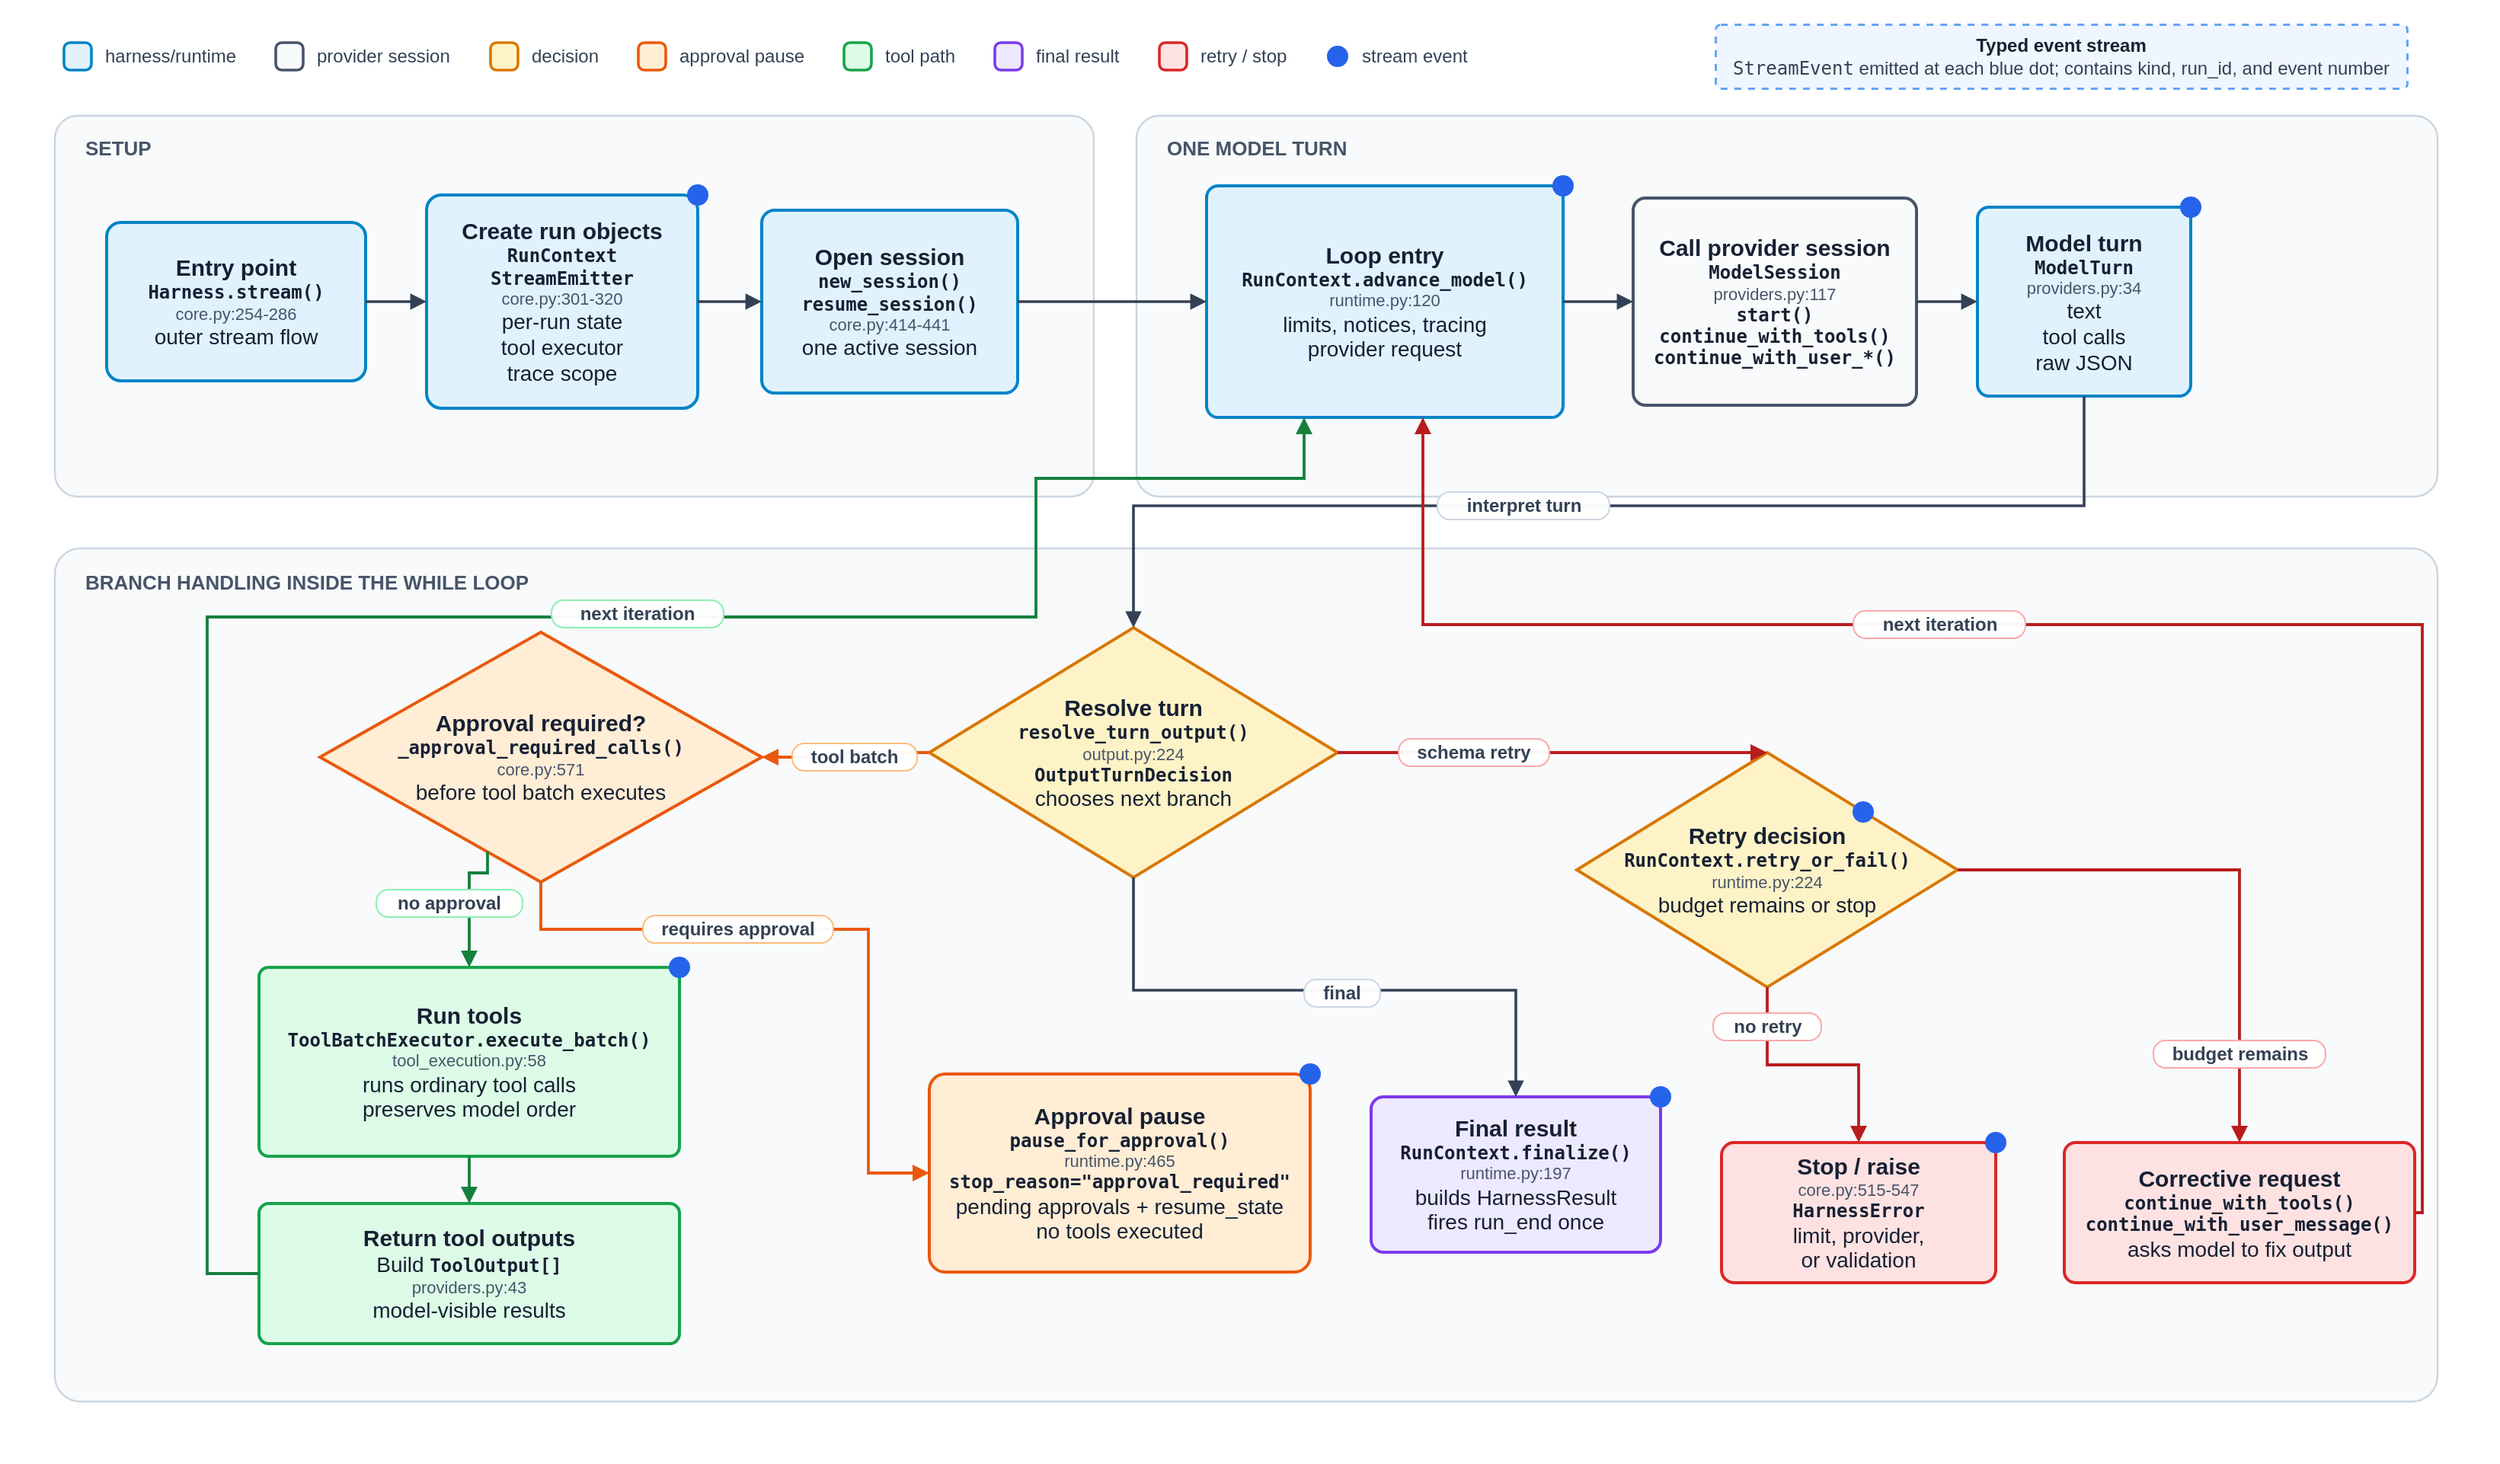
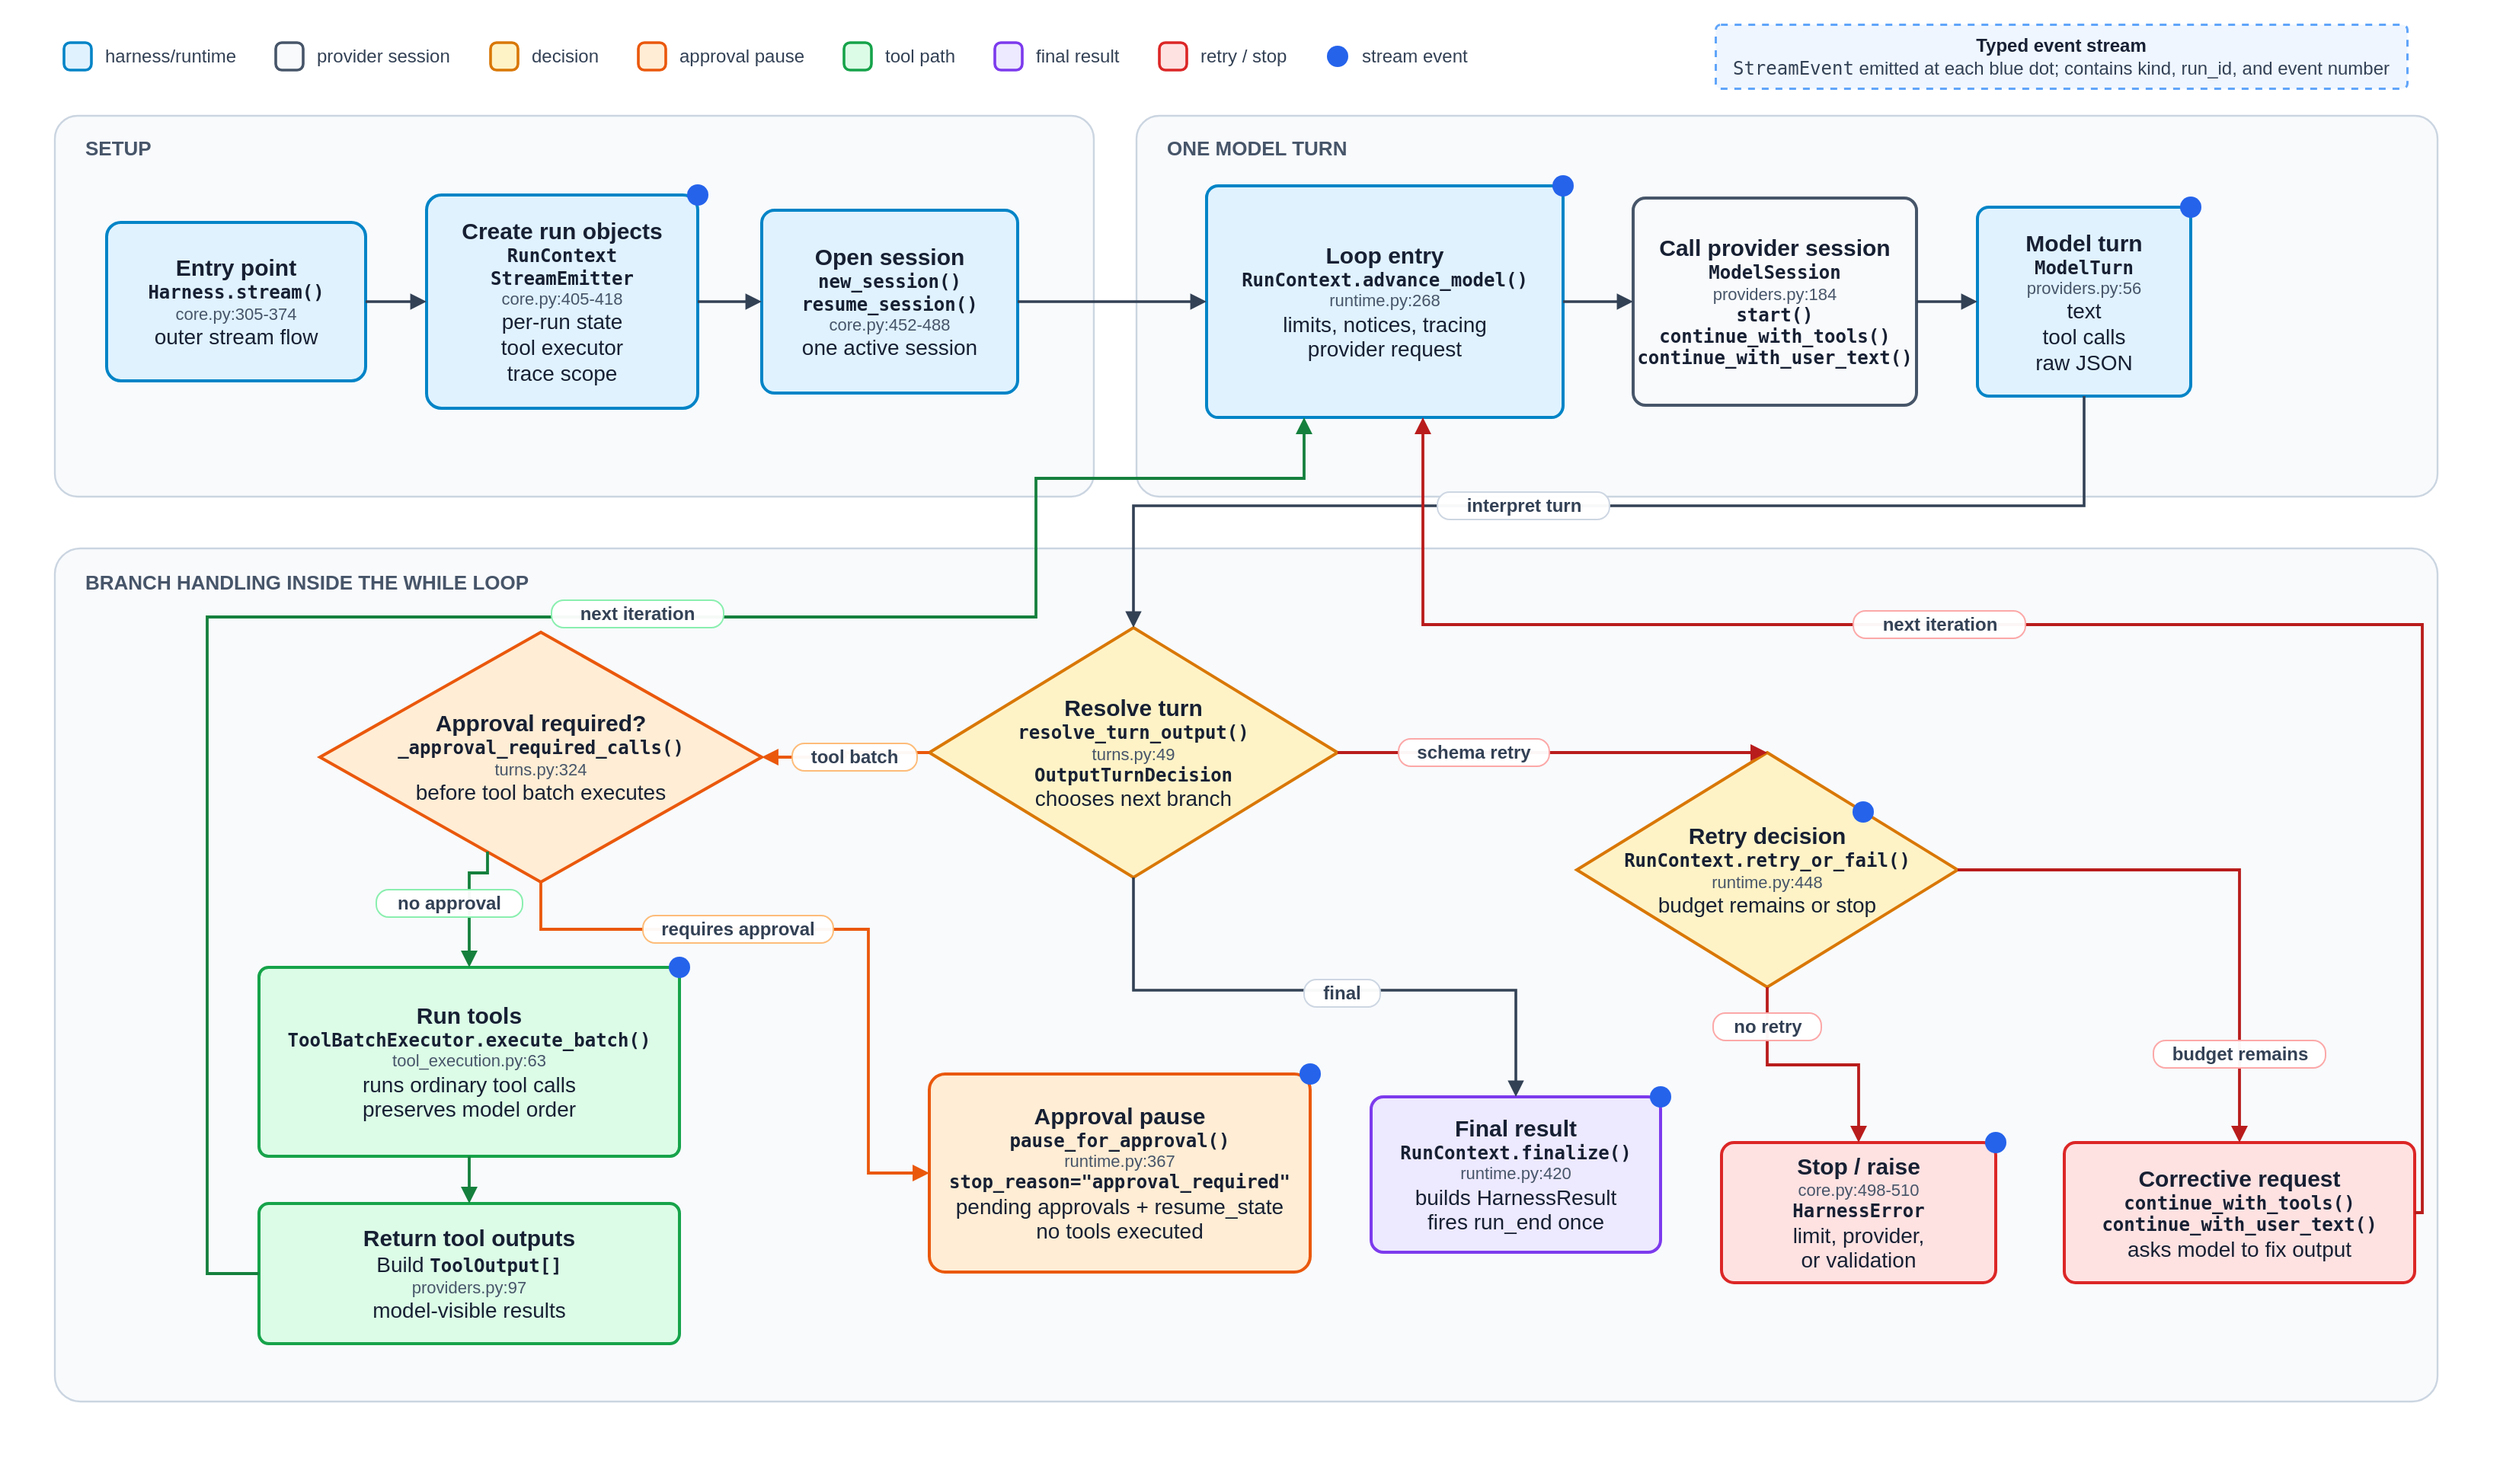
<mxfile host="Electron" agent="Codex">
  <diagram id="thinharness-run-loop" name="ThinHarness run loop">
    <mxGraphModel dx="1768" dy="1014" grid="0" gridSize="10" guides="1" tooltips="1" connect="1" arrows="1" fold="1" page="1" pageScale="1" pageWidth="1640" pageHeight="960" math="0" shadow="0">
      <root>
        <mxCell id="0" />
        <mxCell id="1" parent="0" />
        <mxCell id="background" parent="1" style="rounded=0;whiteSpace=wrap;html=1;fillColor=#ffffff;strokeColor=none;" value="" vertex="1">
          <mxGeometry height="960" width="1640" as="geometry" />
        </mxCell>
        <mxCell id="legend-runtime" parent="1" style="rounded=1;whiteSpace=wrap;html=1;arcSize=22;fillColor=#e0f2fe;strokeColor=#0284c7;strokeWidth=1.8;" value="" vertex="1">
          <mxGeometry height="18" width="18" x="42" y="28" as="geometry" />
        </mxCell>
        <mxCell id="legend-runtime-label" parent="1" style="text;html=1;strokeColor=none;fillColor=none;align=left;verticalAlign=middle;whiteSpace=wrap;rounded=0;fontFamily=Helvetica;fontSize=12;fontColor=#334155;spacing=0;" value="harness/runtime" vertex="1">
          <mxGeometry height="18" width="88" x="69" y="28" as="geometry" />
        </mxCell>
        <mxCell id="legend-provider" parent="1" style="rounded=1;whiteSpace=wrap;html=1;arcSize=22;fillColor=#f8fafc;strokeColor=#475569;strokeWidth=1.8;" value="" vertex="1">
          <mxGeometry height="18" width="18" x="181" y="28" as="geometry" />
        </mxCell>
        <mxCell id="legend-provider-label" parent="1" style="text;html=1;strokeColor=none;fillColor=none;align=left;verticalAlign=middle;whiteSpace=wrap;rounded=0;fontFamily=Helvetica;fontSize=12;fontColor=#334155;spacing=0;" value="provider session" vertex="1">
          <mxGeometry height="18" width="90" x="208" y="28" as="geometry" />
        </mxCell>
        <mxCell id="legend-decision" parent="1" style="rounded=1;whiteSpace=wrap;html=1;arcSize=22;fillColor=#fef3c7;strokeColor=#d97706;strokeWidth=1.8;" value="" vertex="1">
          <mxGeometry height="18" width="18" x="322" y="28" as="geometry" />
        </mxCell>
        <mxCell id="legend-decision-label" parent="1" style="text;html=1;strokeColor=none;fillColor=none;align=left;verticalAlign=middle;whiteSpace=wrap;rounded=0;fontFamily=Helvetica;fontSize=12;fontColor=#334155;spacing=0;" value="decision" vertex="1">
          <mxGeometry height="18" width="46" x="349" y="28" as="geometry" />
        </mxCell>
        <mxCell id="legend-approval" parent="1" style="rounded=1;whiteSpace=wrap;html=1;arcSize=22;fillColor=#ffedd5;strokeColor=#ea580c;strokeWidth=1.8;" value="" vertex="1">
          <mxGeometry height="18" width="18" x="419" y="28" as="geometry" />
        </mxCell>
        <mxCell id="legend-approval-label" parent="1" style="text;html=1;strokeColor=none;fillColor=none;align=left;verticalAlign=middle;whiteSpace=wrap;rounded=0;fontFamily=Helvetica;fontSize=12;fontColor=#334155;spacing=0;" value="approval pause" vertex="1">
          <mxGeometry height="18" width="84" x="446" y="28" as="geometry" />
        </mxCell>
        <mxCell id="legend-tool" parent="1" style="rounded=1;whiteSpace=wrap;html=1;arcSize=22;fillColor=#dcfce7;strokeColor=#16a34a;strokeWidth=1.8;" value="" vertex="1">
          <mxGeometry height="18" width="18" x="554" y="28" as="geometry" />
        </mxCell>
        <mxCell id="legend-tool-label" parent="1" style="text;html=1;strokeColor=none;fillColor=none;align=left;verticalAlign=middle;whiteSpace=wrap;rounded=0;fontFamily=Helvetica;fontSize=12;fontColor=#334155;spacing=0;" value="tool path" vertex="1">
          <mxGeometry height="18" width="48" x="581" y="28" as="geometry" />
        </mxCell>
        <mxCell id="legend-done" parent="1" style="rounded=1;whiteSpace=wrap;html=1;arcSize=22;fillColor=#ede9fe;strokeColor=#7c3aed;strokeWidth=1.8;" value="" vertex="1">
          <mxGeometry height="18" width="18" x="653" y="28" as="geometry" />
        </mxCell>
        <mxCell id="legend-done-label" parent="1" style="text;html=1;strokeColor=none;fillColor=none;align=left;verticalAlign=middle;whiteSpace=wrap;rounded=0;fontFamily=Helvetica;fontSize=12;fontColor=#334155;spacing=0;" value="final result" vertex="1">
          <mxGeometry height="18" width="57" x="680" y="28" as="geometry" />
        </mxCell>
        <mxCell id="legend-stop" parent="1" style="rounded=1;whiteSpace=wrap;html=1;arcSize=22;fillColor=#fee2e2;strokeColor=#dc2626;strokeWidth=1.8;" value="" vertex="1">
          <mxGeometry height="18" width="18" x="761" y="28" as="geometry" />
        </mxCell>
        <mxCell id="legend-stop-label" parent="1" style="text;html=1;strokeColor=none;fillColor=none;align=left;verticalAlign=middle;whiteSpace=wrap;rounded=0;fontFamily=Helvetica;fontSize=12;fontColor=#334155;spacing=0;" value="retry / stop" vertex="1">
          <mxGeometry height="18" width="59" x="788" y="28" as="geometry" />
        </mxCell>
        <mxCell id="legend-stream-event" parent="1" style="ellipse;whiteSpace=wrap;html=1;aspect=fixed;fillColor=#2563eb;strokeColor=none;" value="" vertex="1">
          <mxGeometry height="14" width="14" x="871" y="30" as="geometry" />
        </mxCell>
        <mxCell id="legend-stream-event-label" parent="1" style="text;html=1;strokeColor=none;fillColor=none;align=left;verticalAlign=middle;whiteSpace=wrap;rounded=0;fontFamily=Helvetica;fontSize=12;fontColor=#334155;spacing=0;" value="stream event" vertex="1">
          <mxGeometry height="18" width="72" x="894" y="28" as="geometry" />
        </mxCell>
        <mxCell id="stream-callout" parent="1" style="rounded=1;whiteSpace=wrap;html=1;arcSize=8;fillColor=#eff6ff;strokeColor=#60a5fa;strokeWidth=1.5;dashed=1;fontFamily=Helvetica;fontSize=12;fontColor=#334155;align=center;verticalAlign=middle;spacing=0;" value="&lt;div style=&quot;font-weight:700;color:#172033&quot;&gt;Typed event stream&lt;/div&gt;&lt;div&gt;&lt;span style=&quot;font-family:Menlo,Monaco,Consolas,monospace&quot;&gt;StreamEvent&lt;/span&gt; emitted at each blue dot; contains kind, run_id, and event number&lt;/div&gt;" vertex="1">
          <mxGeometry height="42" width="454" x="1126" y="16" as="geometry" />
        </mxCell>
        <mxCell id="lane-setup" parent="1" style="rounded=1;whiteSpace=wrap;html=1;arcSize=6;fillColor=#f8fafc;strokeColor=#cbd5e1;strokeWidth=1.2;" value="" vertex="1">
          <mxGeometry height="250" width="682" x="36" y="76" as="geometry" />
        </mxCell>
        <mxCell id="lane-setup-title" parent="1" style="text;html=1;strokeColor=none;fillColor=none;align=left;verticalAlign=top;whiteSpace=wrap;rounded=0;fontFamily=Helvetica;fontSize=13;fontStyle=1;fontColor=#475569;spacing=0;" value="SETUP" vertex="1">
          <mxGeometry height="20" width="80" x="56" y="85" as="geometry" />
        </mxCell>
        <mxCell id="lane-turn" parent="1" style="rounded=1;whiteSpace=wrap;html=1;arcSize=6;fillColor=#f8fafc;strokeColor=#cbd5e1;strokeWidth=1.2;" value="" vertex="1">
          <mxGeometry height="250" width="854" x="746" y="76" as="geometry" />
        </mxCell>
        <mxCell id="lane-turn-title" parent="1" style="text;html=1;strokeColor=none;fillColor=none;align=left;verticalAlign=top;whiteSpace=wrap;rounded=0;fontFamily=Helvetica;fontSize=13;fontStyle=1;fontColor=#475569;spacing=0;" value="ONE MODEL TURN" vertex="1">
          <mxGeometry height="20" width="140" x="766" y="85" as="geometry" />
        </mxCell>
        <mxCell id="lane-branch" parent="1" style="rounded=1;whiteSpace=wrap;html=1;arcSize=3;fillColor=#f8fafc;strokeColor=#cbd5e1;strokeWidth=1.2;" value="" vertex="1">
          <mxGeometry height="560" width="1564" x="36" y="360" as="geometry" />
        </mxCell>
        <mxCell id="lane-branch-title" parent="1" style="text;html=1;strokeColor=none;fillColor=none;align=left;verticalAlign=top;whiteSpace=wrap;rounded=0;fontFamily=Helvetica;fontSize=13;fontStyle=1;fontColor=#475569;spacing=0;" value="BRANCH HANDLING INSIDE THE WHILE LOOP" vertex="1">
          <mxGeometry height="20" width="330" x="56" y="370" as="geometry" />
        </mxCell>
-         <mxCell id="run" parent="1" style="rounded=1;whiteSpace=wrap;html=1;arcSize=9;fillColor=#e0f2fe;strokeColor=#0284c7;strokeWidth=2;fontFamily=Helvetica;fontSize=14;fontColor=#172033;align=center;verticalAlign=middle;spacing=0;" value="&lt;div style=&quot;font-size:15px;font-weight:700&quot;&gt;Entry point&lt;/div&gt;&lt;div style=&quot;font-family:Menlo,Monaco,Consolas,monospace;font-size:12px;font-weight:650&quot;&gt;Harness.stream()&lt;/div&gt;&lt;div style=&quot;color:#475569;font-size:11px&quot;&gt;core.py:254-286&lt;/div&gt;&lt;div&gt;outer stream flow&lt;/div&gt;" vertex="1">
+         <mxCell id="run" parent="1" style="rounded=1;whiteSpace=wrap;html=1;arcSize=9;fillColor=#e0f2fe;strokeColor=#0284c7;strokeWidth=2;fontFamily=Helvetica;fontSize=14;fontColor=#172033;align=center;verticalAlign=middle;spacing=0;" value="&lt;div style=&quot;font-size:15px;font-weight:700&quot;&gt;Entry point&lt;/div&gt;&lt;div style=&quot;font-family:Menlo,Monaco,Consolas,monospace;font-size:12px;font-weight:650&quot;&gt;Harness.stream()&lt;/div&gt;&lt;div style=&quot;color:#475569;font-size:11px&quot;&gt;core.py:305-374&lt;/div&gt;&lt;div&gt;outer stream flow&lt;/div&gt;" vertex="1">
          <mxGeometry height="104" width="170" x="70" y="146" as="geometry" />
        </mxCell>
-         <mxCell id="objects" parent="1" style="rounded=1;whiteSpace=wrap;html=1;arcSize=7;fillColor=#e0f2fe;strokeColor=#0284c7;strokeWidth=2;fontFamily=Helvetica;fontSize=14;fontColor=#172033;align=center;verticalAlign=middle;spacing=0;" value="&lt;div style=&quot;font-size:15px;font-weight:700&quot;&gt;Create run objects&lt;/div&gt;&lt;div style=&quot;font-family:Menlo,Monaco,Consolas,monospace;font-size:12px;font-weight:650&quot;&gt;RunContext&lt;/div&gt;&lt;div style=&quot;font-family:Menlo,Monaco,Consolas,monospace;font-size:12px;font-weight:650&quot;&gt;StreamEmitter&lt;/div&gt;&lt;div style=&quot;color:#475569;font-size:11px&quot;&gt;core.py:301-320&lt;/div&gt;&lt;div&gt;per-run state&lt;/div&gt;&lt;div&gt;tool executor&lt;/div&gt;&lt;div&gt;trace scope&lt;/div&gt;" vertex="1">
+         <mxCell id="objects" parent="1" style="rounded=1;whiteSpace=wrap;html=1;arcSize=7;fillColor=#e0f2fe;strokeColor=#0284c7;strokeWidth=2;fontFamily=Helvetica;fontSize=14;fontColor=#172033;align=center;verticalAlign=middle;spacing=0;" value="&lt;div style=&quot;font-size:15px;font-weight:700&quot;&gt;Create run objects&lt;/div&gt;&lt;div style=&quot;font-family:Menlo,Monaco,Consolas,monospace;font-size:12px;font-weight:650&quot;&gt;RunContext&lt;/div&gt;&lt;div style=&quot;font-family:Menlo,Monaco,Consolas,monospace;font-size:12px;font-weight:650&quot;&gt;StreamEmitter&lt;/div&gt;&lt;div style=&quot;color:#475569;font-size:11px&quot;&gt;core.py:405-418&lt;/div&gt;&lt;div&gt;per-run state&lt;/div&gt;&lt;div&gt;tool executor&lt;/div&gt;&lt;div&gt;trace scope&lt;/div&gt;" vertex="1">
          <mxGeometry height="140" width="178" x="280" y="128" as="geometry" />
        </mxCell>
-         <mxCell id="active" parent="1" style="rounded=1;whiteSpace=wrap;html=1;arcSize=7;fillColor=#e0f2fe;strokeColor=#0284c7;strokeWidth=2;fontFamily=Helvetica;fontSize=14;fontColor=#172033;align=center;verticalAlign=middle;spacing=0;" value="&lt;div style=&quot;font-size:15px;font-weight:700&quot;&gt;Open session&lt;/div&gt;&lt;div style=&quot;font-family:Menlo,Monaco,Consolas,monospace;font-size:12px;font-weight:650&quot;&gt;new_session()&lt;/div&gt;&lt;div style=&quot;font-family:Menlo,Monaco,Consolas,monospace;font-size:12px;font-weight:650&quot;&gt;resume_session()&lt;/div&gt;&lt;div style=&quot;color:#475569;font-size:11px&quot;&gt;core.py:414-441&lt;/div&gt;&lt;div&gt;one active session&lt;/div&gt;" vertex="1">
+         <mxCell id="active" parent="1" style="rounded=1;whiteSpace=wrap;html=1;arcSize=7;fillColor=#e0f2fe;strokeColor=#0284c7;strokeWidth=2;fontFamily=Helvetica;fontSize=14;fontColor=#172033;align=center;verticalAlign=middle;spacing=0;" value="&lt;div style=&quot;font-size:15px;font-weight:700&quot;&gt;Open session&lt;/div&gt;&lt;div style=&quot;font-family:Menlo,Monaco,Consolas,monospace;font-size:12px;font-weight:650&quot;&gt;new_session()&lt;/div&gt;&lt;div style=&quot;font-family:Menlo,Monaco,Consolas,monospace;font-size:12px;font-weight:650&quot;&gt;resume_session()&lt;/div&gt;&lt;div style=&quot;color:#475569;font-size:11px&quot;&gt;core.py:452-488&lt;/div&gt;&lt;div&gt;one active session&lt;/div&gt;" vertex="1">
          <mxGeometry height="120" width="168" x="500" y="138" as="geometry" />
        </mxCell>
-         <mxCell id="advance" parent="1" style="rounded=1;whiteSpace=wrap;html=1;arcSize=5;fillColor=#e0f2fe;strokeColor=#0284c7;strokeWidth=2;fontFamily=Helvetica;fontSize=14;fontColor=#172033;align=center;verticalAlign=middle;spacing=0;" value="&lt;div style=&quot;font-size:15px;font-weight:700&quot;&gt;Loop entry&lt;/div&gt;&lt;div style=&quot;font-family:Menlo,Monaco,Consolas,monospace;font-size:12px;font-weight:650&quot;&gt;RunContext.advance_model()&lt;/div&gt;&lt;div style=&quot;color:#475569;font-size:11px&quot;&gt;runtime.py:120&lt;/div&gt;&lt;div&gt;limits, notices, tracing&lt;/div&gt;&lt;div&gt;provider request&lt;/div&gt;" vertex="1">
+         <mxCell id="advance" parent="1" style="rounded=1;whiteSpace=wrap;html=1;arcSize=5;fillColor=#e0f2fe;strokeColor=#0284c7;strokeWidth=2;fontFamily=Helvetica;fontSize=14;fontColor=#172033;align=center;verticalAlign=middle;spacing=0;" value="&lt;div style=&quot;font-size:15px;font-weight:700&quot;&gt;Loop entry&lt;/div&gt;&lt;div style=&quot;font-family:Menlo,Monaco,Consolas,monospace;font-size:12px;font-weight:650&quot;&gt;RunContext.advance_model()&lt;/div&gt;&lt;div style=&quot;color:#475569;font-size:11px&quot;&gt;runtime.py:268&lt;/div&gt;&lt;div&gt;limits, notices, tracing&lt;/div&gt;&lt;div&gt;provider request&lt;/div&gt;" vertex="1">
          <mxGeometry height="152" width="234" x="792" y="122" as="geometry" />
        </mxCell>
-         <mxCell id="session" parent="1" style="rounded=1;whiteSpace=wrap;html=1;arcSize=6;fillColor=#f8fafc;strokeColor=#475569;strokeWidth=2;fontFamily=Helvetica;fontSize=14;fontColor=#172033;align=center;verticalAlign=middle;spacing=0;" value="&lt;div style=&quot;font-size:15px;font-weight:700&quot;&gt;Call provider session&lt;/div&gt;&lt;div style=&quot;font-family:Menlo,Monaco,Consolas,monospace;font-size:12px;font-weight:650&quot;&gt;ModelSession&lt;/div&gt;&lt;div style=&quot;color:#475569;font-size:11px&quot;&gt;providers.py:117&lt;/div&gt;&lt;div style=&quot;font-family:Menlo,Monaco,Consolas,monospace;font-size:12px;font-weight:650&quot;&gt;start()&lt;/div&gt;&lt;div style=&quot;font-family:Menlo,Monaco,Consolas,monospace;font-size:12px;font-weight:650&quot;&gt;continue_with_tools()&lt;/div&gt;&lt;div style=&quot;font-family:Menlo,Monaco,Consolas,monospace;font-size:12px;font-weight:650&quot;&gt;continue_with_user_*()&lt;/div&gt;" vertex="1">
+         <mxCell id="session" parent="1" style="rounded=1;whiteSpace=wrap;html=1;arcSize=6;fillColor=#f8fafc;strokeColor=#475569;strokeWidth=2;fontFamily=Helvetica;fontSize=14;fontColor=#172033;align=center;verticalAlign=middle;spacing=0;" value="&lt;div style=&quot;font-size:15px;font-weight:700&quot;&gt;Call provider session&lt;/div&gt;&lt;div style=&quot;font-family:Menlo,Monaco,Consolas,monospace;font-size:12px;font-weight:650&quot;&gt;ModelSession&lt;/div&gt;&lt;div style=&quot;color:#475569;font-size:11px&quot;&gt;providers.py:184&lt;/div&gt;&lt;div style=&quot;font-family:Menlo,Monaco,Consolas,monospace;font-size:12px;font-weight:650&quot;&gt;start()&lt;/div&gt;&lt;div style=&quot;font-family:Menlo,Monaco,Consolas,monospace;font-size:12px;font-weight:650&quot;&gt;continue_with_tools()&lt;/div&gt;&lt;div style=&quot;font-family:Menlo,Monaco,Consolas,monospace;font-size:12px;font-weight:650&quot;&gt;continue_with_user_text()&lt;/div&gt;" vertex="1">
          <mxGeometry height="136" width="186" x="1072" y="130" as="geometry" />
        </mxCell>
-         <mxCell id="turn" parent="1" style="rounded=1;whiteSpace=wrap;html=1;arcSize=6;fillColor=#e0f2fe;strokeColor=#0284c7;strokeWidth=2;fontFamily=Helvetica;fontSize=14;fontColor=#172033;align=center;verticalAlign=middle;spacing=0;" value="&lt;div style=&quot;font-size:15px;font-weight:700&quot;&gt;Model turn&lt;/div&gt;&lt;div style=&quot;font-family:Menlo,Monaco,Consolas,monospace;font-size:12px;font-weight:650&quot;&gt;ModelTurn&lt;/div&gt;&lt;div style=&quot;color:#475569;font-size:11px&quot;&gt;providers.py:34&lt;/div&gt;&lt;div&gt;text&lt;/div&gt;&lt;div&gt;tool calls&lt;/div&gt;&lt;div&gt;raw JSON&lt;/div&gt;" vertex="1">
+         <mxCell id="turn" parent="1" style="rounded=1;whiteSpace=wrap;html=1;arcSize=6;fillColor=#e0f2fe;strokeColor=#0284c7;strokeWidth=2;fontFamily=Helvetica;fontSize=14;fontColor=#172033;align=center;verticalAlign=middle;spacing=0;" value="&lt;div style=&quot;font-size:15px;font-weight:700&quot;&gt;Model turn&lt;/div&gt;&lt;div style=&quot;font-family:Menlo,Monaco,Consolas,monospace;font-size:12px;font-weight:650&quot;&gt;ModelTurn&lt;/div&gt;&lt;div style=&quot;color:#475569;font-size:11px&quot;&gt;providers.py:56&lt;/div&gt;&lt;div&gt;text&lt;/div&gt;&lt;div&gt;tool calls&lt;/div&gt;&lt;div&gt;raw JSON&lt;/div&gt;" vertex="1">
          <mxGeometry height="124" width="140" x="1298" y="136" as="geometry" />
        </mxCell>
-         <mxCell id="decide" parent="1" style="rhombus;whiteSpace=wrap;html=1;fillColor=#fef3c7;strokeColor=#d97706;strokeWidth=2;fontFamily=Helvetica;fontSize=14;fontColor=#172033;align=center;verticalAlign=middle;spacing=0;" value="&lt;div style=&quot;font-size:15px;font-weight:700&quot;&gt;Resolve turn&lt;/div&gt;&lt;div style=&quot;font-family:Menlo,Monaco,Consolas,monospace;font-size:12px;font-weight:650&quot;&gt;resolve_turn_output()&lt;/div&gt;&lt;div style=&quot;color:#475569;font-size:11px&quot;&gt;output.py:224&lt;/div&gt;&lt;div style=&quot;font-family:Menlo,Monaco,Consolas,monospace;font-size:12px;font-weight:650&quot;&gt;OutputTurnDecision&lt;/div&gt;&lt;div&gt;chooses next branch&lt;/div&gt;" vertex="1">
+         <mxCell id="decide" parent="1" style="rhombus;whiteSpace=wrap;html=1;fillColor=#fef3c7;strokeColor=#d97706;strokeWidth=2;fontFamily=Helvetica;fontSize=14;fontColor=#172033;align=center;verticalAlign=middle;spacing=0;" value="&lt;div style=&quot;font-size:15px;font-weight:700&quot;&gt;Resolve turn&lt;/div&gt;&lt;div style=&quot;font-family:Menlo,Monaco,Consolas,monospace;font-size:12px;font-weight:650&quot;&gt;resolve_turn_output()&lt;/div&gt;&lt;div style=&quot;color:#475569;font-size:11px&quot;&gt;turns.py:49&lt;/div&gt;&lt;div style=&quot;font-family:Menlo,Monaco,Consolas,monospace;font-size:12px;font-weight:650&quot;&gt;OutputTurnDecision&lt;/div&gt;&lt;div&gt;chooses next branch&lt;/div&gt;" vertex="1">
          <mxGeometry height="164" width="268" x="610" y="412" as="geometry" />
        </mxCell>
-         <mxCell id="approvalGate" parent="1" style="rhombus;whiteSpace=wrap;html=1;fillColor=#ffedd5;strokeColor=#ea580c;strokeWidth=2;fontFamily=Helvetica;fontSize=14;fontColor=#172033;align=center;verticalAlign=middle;spacing=0;" value="&lt;div style=&quot;font-size:15px;font-weight:700&quot;&gt;Approval required?&lt;/div&gt;&lt;div style=&quot;font-family:Menlo,Monaco,Consolas,monospace;font-size:12px;font-weight:650&quot;&gt;_approval_required_calls()&lt;/div&gt;&lt;div style=&quot;color:#475569;font-size:11px&quot;&gt;core.py:571&lt;/div&gt;&lt;div&gt;before tool batch executes&lt;/div&gt;" vertex="1">
+         <mxCell id="approvalGate" parent="1" style="rhombus;whiteSpace=wrap;html=1;fillColor=#ffedd5;strokeColor=#ea580c;strokeWidth=2;fontFamily=Helvetica;fontSize=14;fontColor=#172033;align=center;verticalAlign=middle;spacing=0;" value="&lt;div style=&quot;font-size:15px;font-weight:700&quot;&gt;Approval required?&lt;/div&gt;&lt;div style=&quot;font-family:Menlo,Monaco,Consolas,monospace;font-size:12px;font-weight:650&quot;&gt;_approval_required_calls()&lt;/div&gt;&lt;div style=&quot;color:#475569;font-size:11px&quot;&gt;turns.py:324&lt;/div&gt;&lt;div&gt;before tool batch executes&lt;/div&gt;" vertex="1">
          <mxGeometry height="164" width="290" x="210" y="415" as="geometry" />
        </mxCell>
-         <mxCell id="final" parent="1" style="rounded=1;whiteSpace=wrap;html=1;arcSize=8;fillColor=#ede9fe;strokeColor=#7c3aed;strokeWidth=2;fontFamily=Helvetica;fontSize=14;fontColor=#172033;align=center;verticalAlign=middle;spacing=0;" value="&lt;div style=&quot;font-size:15px;font-weight:700&quot;&gt;Final result&lt;/div&gt;&lt;div style=&quot;font-family:Menlo,Monaco,Consolas,monospace;font-size:12px;font-weight:650&quot;&gt;RunContext.finalize()&lt;/div&gt;&lt;div style=&quot;color:#475569;font-size:11px&quot;&gt;runtime.py:197&lt;/div&gt;&lt;div&gt;builds HarnessResult&lt;/div&gt;&lt;div&gt;fires run_end once&lt;/div&gt;" vertex="1">
+         <mxCell id="final" parent="1" style="rounded=1;whiteSpace=wrap;html=1;arcSize=8;fillColor=#ede9fe;strokeColor=#7c3aed;strokeWidth=2;fontFamily=Helvetica;fontSize=14;fontColor=#172033;align=center;verticalAlign=middle;spacing=0;" value="&lt;div style=&quot;font-size:15px;font-weight:700&quot;&gt;Final result&lt;/div&gt;&lt;div style=&quot;font-family:Menlo,Monaco,Consolas,monospace;font-size:12px;font-weight:650&quot;&gt;RunContext.finalize()&lt;/div&gt;&lt;div style=&quot;color:#475569;font-size:11px&quot;&gt;runtime.py:420&lt;/div&gt;&lt;div&gt;builds HarnessResult&lt;/div&gt;&lt;div&gt;fires run_end once&lt;/div&gt;" vertex="1">
          <mxGeometry height="102" width="190" x="900" y="720" as="geometry" />
        </mxCell>
-         <mxCell id="approvalPause" parent="1" style="rounded=1;whiteSpace=wrap;html=1;arcSize=8;fillColor=#ffedd5;strokeColor=#ea580c;strokeWidth=2;fontFamily=Helvetica;fontSize=14;fontColor=#172033;align=center;verticalAlign=middle;spacing=0;" value="&lt;div style=&quot;font-size:15px;font-weight:700&quot;&gt;Approval pause&lt;/div&gt;&lt;div style=&quot;font-family:Menlo,Monaco,Consolas,monospace;font-size:12px;font-weight:650&quot;&gt;pause_for_approval()&lt;/div&gt;&lt;div style=&quot;color:#475569;font-size:11px&quot;&gt;runtime.py:465&lt;/div&gt;&lt;div style=&quot;font-family:Menlo,Monaco,Consolas,monospace;font-size:12px;font-weight:650&quot;&gt;stop_reason=&amp;quot;approval_required&amp;quot;&lt;/div&gt;&lt;div&gt;pending approvals + resume_state&lt;/div&gt;&lt;div&gt;no tools executed&lt;/div&gt;" vertex="1">
+         <mxCell id="approvalPause" parent="1" style="rounded=1;whiteSpace=wrap;html=1;arcSize=8;fillColor=#ffedd5;strokeColor=#ea580c;strokeWidth=2;fontFamily=Helvetica;fontSize=14;fontColor=#172033;align=center;verticalAlign=middle;spacing=0;" value="&lt;div style=&quot;font-size:15px;font-weight:700&quot;&gt;Approval pause&lt;/div&gt;&lt;div style=&quot;font-family:Menlo,Monaco,Consolas,monospace;font-size:12px;font-weight:650&quot;&gt;pause_for_approval()&lt;/div&gt;&lt;div style=&quot;color:#475569;font-size:11px&quot;&gt;runtime.py:367&lt;/div&gt;&lt;div style=&quot;font-family:Menlo,Monaco,Consolas,monospace;font-size:12px;font-weight:650&quot;&gt;stop_reason=&amp;quot;approval_required&amp;quot;&lt;/div&gt;&lt;div&gt;pending approvals + resume_state&lt;/div&gt;&lt;div&gt;no tools executed&lt;/div&gt;" vertex="1">
          <mxGeometry height="130" width="250" x="610" y="705" as="geometry" />
        </mxCell>
-         <mxCell id="tools" parent="1" style="rounded=1;whiteSpace=wrap;html=1;arcSize=5;fillColor=#dcfce7;strokeColor=#16a34a;strokeWidth=2;fontFamily=Helvetica;fontSize=14;fontColor=#172033;align=center;verticalAlign=middle;spacing=0;" value="&lt;div style=&quot;font-size:15px;font-weight:700&quot;&gt;Run tools&lt;/div&gt;&lt;div style=&quot;font-family:Menlo,Monaco,Consolas,monospace;font-size:12px;font-weight:650&quot;&gt;ToolBatchExecutor.execute_batch()&lt;/div&gt;&lt;div style=&quot;color:#475569;font-size:11px&quot;&gt;tool_execution.py:58&lt;/div&gt;&lt;div&gt;runs ordinary tool calls&lt;/div&gt;&lt;div&gt;preserves model order&lt;/div&gt;" vertex="1">
+         <mxCell id="tools" parent="1" style="rounded=1;whiteSpace=wrap;html=1;arcSize=5;fillColor=#dcfce7;strokeColor=#16a34a;strokeWidth=2;fontFamily=Helvetica;fontSize=14;fontColor=#172033;align=center;verticalAlign=middle;spacing=0;" value="&lt;div style=&quot;font-size:15px;font-weight:700&quot;&gt;Run tools&lt;/div&gt;&lt;div style=&quot;font-family:Menlo,Monaco,Consolas,monospace;font-size:12px;font-weight:650&quot;&gt;ToolBatchExecutor.execute_batch()&lt;/div&gt;&lt;div style=&quot;color:#475569;font-size:11px&quot;&gt;tool_execution.py:63&lt;/div&gt;&lt;div&gt;runs ordinary tool calls&lt;/div&gt;&lt;div&gt;preserves model order&lt;/div&gt;" vertex="1">
          <mxGeometry height="124" width="276" x="170" y="635" as="geometry" />
        </mxCell>
-         <mxCell id="toolOutput" parent="1" style="rounded=1;whiteSpace=wrap;html=1;arcSize=7;fillColor=#dcfce7;strokeColor=#16a34a;strokeWidth=2;fontFamily=Helvetica;fontSize=14;fontColor=#172033;align=center;verticalAlign=middle;spacing=0;" value="&lt;div style=&quot;font-size:15px;font-weight:700&quot;&gt;Return tool outputs&lt;/div&gt;&lt;div&gt;Build &lt;span style=&quot;font-family:Menlo,Monaco,Consolas,monospace;font-size:12px;font-weight:650&quot;&gt;ToolOutput[]&lt;/span&gt;&lt;/div&gt;&lt;div style=&quot;color:#475569;font-size:11px&quot;&gt;providers.py:43&lt;/div&gt;&lt;div&gt;model-visible results&lt;/div&gt;" vertex="1">
+         <mxCell id="toolOutput" parent="1" style="rounded=1;whiteSpace=wrap;html=1;arcSize=7;fillColor=#dcfce7;strokeColor=#16a34a;strokeWidth=2;fontFamily=Helvetica;fontSize=14;fontColor=#172033;align=center;verticalAlign=middle;spacing=0;" value="&lt;div style=&quot;font-size:15px;font-weight:700&quot;&gt;Return tool outputs&lt;/div&gt;&lt;div&gt;Build &lt;span style=&quot;font-family:Menlo,Monaco,Consolas,monospace;font-size:12px;font-weight:650&quot;&gt;ToolOutput[]&lt;/span&gt;&lt;/div&gt;&lt;div style=&quot;color:#475569;font-size:11px&quot;&gt;providers.py:97&lt;/div&gt;&lt;div&gt;model-visible results&lt;/div&gt;" vertex="1">
          <mxGeometry height="92" width="276" x="170" y="790" as="geometry" />
        </mxCell>
-         <mxCell id="retry" parent="1" style="rhombus;whiteSpace=wrap;html=1;fillColor=#fef3c7;strokeColor=#d97706;strokeWidth=2;fontFamily=Helvetica;fontSize=14;fontColor=#172033;align=center;verticalAlign=middle;spacing=0;" value="&lt;div style=&quot;font-size:15px;font-weight:700&quot;&gt;Retry decision&lt;/div&gt;&lt;div style=&quot;font-family:Menlo,Monaco,Consolas,monospace;font-size:12px;font-weight:650&quot;&gt;RunContext.retry_or_fail()&lt;/div&gt;&lt;div style=&quot;color:#475569;font-size:11px&quot;&gt;runtime.py:224&lt;/div&gt;&lt;div&gt;budget remains or stop&lt;/div&gt;" vertex="1">
+         <mxCell id="retry" parent="1" style="rhombus;whiteSpace=wrap;html=1;fillColor=#fef3c7;strokeColor=#d97706;strokeWidth=2;fontFamily=Helvetica;fontSize=14;fontColor=#172033;align=center;verticalAlign=middle;spacing=0;" value="&lt;div style=&quot;font-size:15px;font-weight:700&quot;&gt;Retry decision&lt;/div&gt;&lt;div style=&quot;font-family:Menlo,Monaco,Consolas,monospace;font-size:12px;font-weight:650&quot;&gt;RunContext.retry_or_fail()&lt;/div&gt;&lt;div style=&quot;color:#475569;font-size:11px&quot;&gt;runtime.py:448&lt;/div&gt;&lt;div&gt;budget remains or stop&lt;/div&gt;" vertex="1">
          <mxGeometry height="154" width="250" x="1035" y="494" as="geometry" />
        </mxCell>
-         <mxCell id="stop" parent="1" style="rounded=1;whiteSpace=wrap;html=1;arcSize=9;fillColor=#fee2e2;strokeColor=#dc2626;strokeWidth=2;fontFamily=Helvetica;fontSize=14;fontColor=#172033;align=center;verticalAlign=middle;spacing=0;" value="&lt;div style=&quot;font-size:15px;font-weight:700&quot;&gt;Stop / raise&lt;/div&gt;&lt;div style=&quot;color:#475569;font-size:11px&quot;&gt;core.py:515-547&lt;/div&gt;&lt;div style=&quot;font-family:Menlo,Monaco,Consolas,monospace;font-size:12px;font-weight:650&quot;&gt;HarnessError&lt;/div&gt;&lt;div&gt;limit, provider,&lt;/div&gt;&lt;div&gt;or validation&lt;/div&gt;" vertex="1">
+         <mxCell id="stop" parent="1" style="rounded=1;whiteSpace=wrap;html=1;arcSize=9;fillColor=#fee2e2;strokeColor=#dc2626;strokeWidth=2;fontFamily=Helvetica;fontSize=14;fontColor=#172033;align=center;verticalAlign=middle;spacing=0;" value="&lt;div style=&quot;font-size:15px;font-weight:700&quot;&gt;Stop / raise&lt;/div&gt;&lt;div style=&quot;color:#475569;font-size:11px&quot;&gt;core.py:498-510&lt;/div&gt;&lt;div style=&quot;font-family:Menlo,Monaco,Consolas,monospace;font-size:12px;font-weight:650&quot;&gt;HarnessError&lt;/div&gt;&lt;div&gt;limit, provider,&lt;/div&gt;&lt;div&gt;or validation&lt;/div&gt;" vertex="1">
          <mxGeometry height="92" width="180" x="1130" y="750" as="geometry" />
        </mxCell>
-         <mxCell id="corrective" parent="1" style="rounded=1;whiteSpace=wrap;html=1;arcSize=8;fillColor=#fee2e2;strokeColor=#dc2626;strokeWidth=2;fontFamily=Helvetica;fontSize=14;fontColor=#172033;align=center;verticalAlign=middle;spacing=0;" value="&lt;div style=&quot;font-size:15px;font-weight:700&quot;&gt;Corrective request&lt;/div&gt;&lt;div style=&quot;font-family:Menlo,Monaco,Consolas,monospace;font-size:12px;font-weight:650&quot;&gt;continue_with_tools()&lt;/div&gt;&lt;div style=&quot;font-family:Menlo,Monaco,Consolas,monospace;font-size:12px;font-weight:650&quot;&gt;continue_with_user_message()&lt;/div&gt;&lt;div&gt;asks model to fix output&lt;/div&gt;" vertex="1">
+         <mxCell id="corrective" parent="1" style="rounded=1;whiteSpace=wrap;html=1;arcSize=8;fillColor=#fee2e2;strokeColor=#dc2626;strokeWidth=2;fontFamily=Helvetica;fontSize=14;fontColor=#172033;align=center;verticalAlign=middle;spacing=0;" value="&lt;div style=&quot;font-size:15px;font-weight:700&quot;&gt;Corrective request&lt;/div&gt;&lt;div style=&quot;font-family:Menlo,Monaco,Consolas,monospace;font-size:12px;font-weight:650&quot;&gt;continue_with_tools()&lt;/div&gt;&lt;div style=&quot;font-family:Menlo,Monaco,Consolas,monospace;font-size:12px;font-weight:650&quot;&gt;continue_with_user_text()&lt;/div&gt;&lt;div&gt;asks model to fix output&lt;/div&gt;" vertex="1">
          <mxGeometry height="92" width="230" x="1355" y="750" as="geometry" />
        </mxCell>
        <mxCell id="e-run-objects" edge="1" parent="1" source="run" style="endArrow=block;html=1;rounded=0;strokeColor=#334155;strokeWidth=1.8;endFill=1;" target="objects" value="">
          <mxGeometry relative="1" as="geometry" />
        </mxCell>
        <mxCell id="e-objects-active" edge="1" parent="1" source="objects" style="endArrow=block;html=1;rounded=0;strokeColor=#334155;strokeWidth=1.8;endFill=1;" target="active" value="">
          <mxGeometry relative="1" as="geometry" />
        </mxCell>
        <mxCell id="e-active-advance" edge="1" parent="1" source="active" style="endArrow=block;html=1;rounded=0;strokeColor=#334155;strokeWidth=1.8;endFill=1;" target="advance" value="">
          <mxGeometry relative="1" as="geometry" />
        </mxCell>
        <mxCell id="e-advance-session" edge="1" parent="1" source="advance" style="endArrow=block;html=1;rounded=0;strokeColor=#334155;strokeWidth=1.8;endFill=1;" target="session" value="">
          <mxGeometry relative="1" as="geometry" />
        </mxCell>
        <mxCell id="e-session-turn" edge="1" parent="1" source="session" style="endArrow=block;html=1;rounded=0;strokeColor=#334155;strokeWidth=1.8;endFill=1;" target="turn" value="">
          <mxGeometry relative="1" as="geometry" />
        </mxCell>
        <mxCell id="e-turn-decide" edge="1" parent="1" source="turn" style="edgeStyle=orthogonalEdgeStyle;rounded=0;orthogonalLoop=1;jettySize=auto;endArrow=block;html=1;strokeColor=#334155;strokeWidth=1.8;endFill=1;exitX=0.5;exitY=1;entryX=0.5;entryY=0;" target="decide" value="">
          <mxGeometry relative="1" as="geometry">
            <Array as="points">
              <mxPoint x="1368" y="332" />
              <mxPoint x="744" y="332" />
            </Array>
          </mxGeometry>
        </mxCell>
        <mxCell id="e-decide-final" edge="1" parent="1" source="decide" style="edgeStyle=orthogonalEdgeStyle;rounded=0;orthogonalLoop=1;jettySize=auto;endArrow=block;html=1;strokeColor=#334155;strokeWidth=1.8;endFill=1;exitX=0.5;exitY=1;entryX=0.5;entryY=0;" target="final" value="">
          <mxGeometry relative="1" as="geometry">
            <Array as="points">
              <mxPoint x="744" y="650" />
              <mxPoint x="995" y="650" />
            </Array>
          </mxGeometry>
        </mxCell>
        <mxCell id="e-decide-approval-gate" edge="1" parent="1" source="decide" style="edgeStyle=orthogonalEdgeStyle;rounded=0;orthogonalLoop=1;jettySize=auto;endArrow=block;html=1;strokeColor=#ea580c;strokeWidth=1.9;endFill=1;exitX=0;exitY=0.5;entryX=1;entryY=0.5;" target="approvalGate" value="">
          <mxGeometry relative="1" as="geometry" />
        </mxCell>
        <mxCell id="e-approval-gate-tools" edge="1" parent="1" style="edgeStyle=orthogonalEdgeStyle;rounded=0;orthogonalLoop=1;jettySize=auto;endArrow=block;html=1;strokeColor=#15803d;strokeWidth=1.9;endFill=1;entryX=0.5;entryY=0;" target="tools" value="">
          <mxGeometry relative="1" as="geometry">
            <Array as="points">
              <mxPoint x="320" y="573" />
              <mxPoint x="308" y="573" />
            </Array>
            <mxPoint x="320" y="559" as="sourcePoint" />
          </mxGeometry>
        </mxCell>
        <mxCell id="e-approval-gate-pause" edge="1" parent="1" source="approvalGate" style="edgeStyle=orthogonalEdgeStyle;rounded=0;orthogonalLoop=1;jettySize=auto;endArrow=block;html=1;strokeColor=#ea580c;strokeWidth=1.9;endFill=1;exitX=0.5;exitY=1;entryX=0;entryY=0.5;" target="approvalPause" value="">
          <mxGeometry relative="1" as="geometry">
            <Array as="points">
              <mxPoint x="355" y="610" />
              <mxPoint x="570" y="610" />
              <mxPoint x="570" y="770" />
            </Array>
          </mxGeometry>
        </mxCell>
        <mxCell id="e-decide-retry" edge="1" parent="1" source="decide" style="endArrow=block;html=1;rounded=0;strokeColor=#b91c1c;strokeWidth=1.9;endFill=1;exitX=1;exitY=0.5;entryX=0.5;entryY=0;" target="retry" value="">
          <mxGeometry relative="1" as="geometry" />
        </mxCell>
        <mxCell id="e-tools-tool-output" edge="1" parent="1" source="tools" style="endArrow=block;html=1;rounded=0;strokeColor=#15803d;strokeWidth=1.9;endFill=1;exitX=0.5;exitY=1;entryX=0.5;entryY=0;" target="toolOutput" value="">
          <mxGeometry relative="1" as="geometry" />
        </mxCell>
        <mxCell id="e-tool-output-advance" edge="1" parent="1" source="toolOutput" style="edgeStyle=orthogonalEdgeStyle;rounded=0;orthogonalLoop=1;jettySize=auto;endArrow=block;html=1;strokeColor=#15803d;strokeWidth=1.9;endFill=1;exitX=0;exitY=0.5;entryX=0.2735;entryY=1;" target="advance" value="">
          <mxGeometry relative="1" as="geometry">
            <Array as="points">
              <mxPoint x="136" y="836" />
              <mxPoint x="136" y="405" />
              <mxPoint x="680" y="405" />
              <mxPoint x="680" y="314" />
              <mxPoint x="856" y="314" />
            </Array>
          </mxGeometry>
        </mxCell>
        <mxCell id="e-retry-corrective" edge="1" parent="1" source="retry" style="edgeStyle=orthogonalEdgeStyle;rounded=0;orthogonalLoop=1;jettySize=auto;endArrow=block;html=1;strokeColor=#b91c1c;strokeWidth=1.9;endFill=1;exitX=1;exitY=0.5;entryX=0.5;entryY=0;" target="corrective" value="">
          <mxGeometry relative="1" as="geometry">
            <Array as="points">
              <mxPoint x="1470" y="571" />
            </Array>
          </mxGeometry>
        </mxCell>
        <mxCell id="e-retry-stop" edge="1" parent="1" source="retry" style="endArrow=block;html=1;rounded=0;strokeColor=#b91c1c;strokeWidth=1.9;endFill=1;exitX=0.5;exitY=1;entryX=0.5;entryY=0;edgeStyle=orthogonalEdgeStyle;" target="stop" value="">
          <mxGeometry relative="1" as="geometry" />
        </mxCell>
        <mxCell id="e-corrective-advance" edge="1" parent="1" source="corrective" style="edgeStyle=orthogonalEdgeStyle;rounded=0;orthogonalLoop=1;jettySize=auto;endArrow=block;html=1;strokeColor=#b91c1c;strokeWidth=1.9;endFill=1;exitX=1;exitY=0.5;entryX=0.6068;entryY=1;" target="advance" value="">
          <mxGeometry relative="1" as="geometry">
            <Array as="points">
              <mxPoint x="1590" y="796" />
              <mxPoint x="1590" y="410" />
              <mxPoint x="934" y="410" />
            </Array>
          </mxGeometry>
        </mxCell>
        <mxCell id="label-interpret-turn" parent="1" style="rounded=1;whiteSpace=wrap;html=1;arcSize=45;fillColor=#ffffff;strokeColor=#cbd5e1;opacity=96;fontFamily=Helvetica;fontSize=12;fontStyle=1;fontColor=#334155;align=center;verticalAlign=middle;spacing=0;" value="interpret turn" vertex="1">
          <mxGeometry height="18" width="113" x="943.5" y="323" as="geometry" />
        </mxCell>
        <mxCell id="label-final" parent="1" style="rounded=1;whiteSpace=wrap;html=1;arcSize=45;fillColor=#ffffff;strokeColor=#cbd5e1;opacity=96;fontFamily=Helvetica;fontSize=12;fontStyle=1;fontColor=#334155;align=center;verticalAlign=middle;spacing=0;" value="final" vertex="1">
          <mxGeometry height="18" width="50" x="856" y="643" as="geometry" />
        </mxCell>
        <mxCell id="label-ordinary-tools" parent="1" style="rounded=1;whiteSpace=wrap;html=1;arcSize=45;fillColor=#ffffff;strokeColor=#86efac;opacity=96;fontFamily=Helvetica;fontSize=12;fontStyle=1;fontColor=#334155;align=center;verticalAlign=middle;spacing=0;" value="no approval" vertex="1">
          <mxGeometry height="18" width="96" x="247" y="584" as="geometry" />
        </mxCell>
        <mxCell id="label-approval-required" parent="1" style="rounded=1;whiteSpace=wrap;html=1;arcSize=45;fillColor=#ffffff;strokeColor=#fdba74;opacity=96;fontFamily=Helvetica;fontSize=12;fontStyle=1;fontColor=#334155;align=center;verticalAlign=middle;spacing=0;" value="requires approval" vertex="1">
          <mxGeometry height="18" width="125" x="422" y="601" as="geometry" />
        </mxCell>
        <mxCell id="label-tool-batch" parent="1" style="rounded=1;whiteSpace=wrap;html=1;arcSize=45;fillColor=#ffffff;strokeColor=#fdba74;opacity=96;fontFamily=Helvetica;fontSize=12;fontStyle=1;fontColor=#334155;align=center;verticalAlign=middle;spacing=0;" value="tool batch" vertex="1">
          <mxGeometry height="18" width="82" x="520" y="488" as="geometry" />
        </mxCell>
        <mxCell id="label-schema-retry" parent="1" style="rounded=1;whiteSpace=wrap;html=1;arcSize=45;fillColor=#ffffff;strokeColor=#fca5a5;opacity=96;fontFamily=Helvetica;fontSize=12;fontStyle=1;fontColor=#334155;align=center;verticalAlign=middle;spacing=0;" value="schema retry" vertex="1">
          <mxGeometry height="18" width="99" x="918" y="485" as="geometry" />
        </mxCell>
        <mxCell id="label-tool-next" parent="1" style="rounded=1;whiteSpace=wrap;html=1;arcSize=45;fillColor=#ffffff;strokeColor=#86efac;opacity=96;fontFamily=Helvetica;fontSize=12;fontStyle=1;fontColor=#334155;align=center;verticalAlign=middle;spacing=0;" value="next iteration" vertex="1">
          <mxGeometry height="18" width="113" x="362" y="394" as="geometry" />
        </mxCell>
        <mxCell id="label-budget-remains" parent="1" style="rounded=1;whiteSpace=wrap;html=1;arcSize=45;fillColor=#ffffff;strokeColor=#fca5a5;opacity=96;fontFamily=Helvetica;fontSize=12;fontStyle=1;fontColor=#334155;align=center;verticalAlign=middle;spacing=0;" value="budget remains" vertex="1">
          <mxGeometry height="18" width="113" x="1413.5" y="683" as="geometry" />
        </mxCell>
        <mxCell id="label-no-retry" parent="1" style="rounded=1;whiteSpace=wrap;html=1;arcSize=45;fillColor=#ffffff;strokeColor=#fca5a5;opacity=96;fontFamily=Helvetica;fontSize=12;fontStyle=1;fontColor=#334155;align=center;verticalAlign=middle;spacing=0;" value="no retry" vertex="1">
          <mxGeometry height="18" width="71" x="1124.5" y="665" as="geometry" />
        </mxCell>
        <mxCell id="label-retry-next" parent="1" style="rounded=1;whiteSpace=wrap;html=1;arcSize=45;fillColor=#ffffff;strokeColor=#fca5a5;opacity=96;fontFamily=Helvetica;fontSize=12;fontStyle=1;fontColor=#334155;align=center;verticalAlign=middle;spacing=0;" value="next iteration" vertex="1">
          <mxGeometry height="18" width="113" x="1216.5" y="401" as="geometry" />
        </mxCell>
        <mxCell id="event-dot-objects" parent="1" style="ellipse;whiteSpace=wrap;html=1;aspect=fixed;fillColor=#2563eb;strokeColor=none;" value="" vertex="1">
          <mxGeometry height="14" width="14" x="451" y="121" as="geometry" />
        </mxCell>
        <mxCell id="event-dot-advance" parent="1" style="ellipse;whiteSpace=wrap;html=1;aspect=fixed;fillColor=#2563eb;strokeColor=none;" value="" vertex="1">
          <mxGeometry height="14" width="14" x="1019" y="115" as="geometry" />
        </mxCell>
        <mxCell id="event-dot-turn" parent="1" style="ellipse;whiteSpace=wrap;html=1;aspect=fixed;fillColor=#2563eb;strokeColor=none;" value="" vertex="1">
          <mxGeometry height="14" width="14" x="1431" y="129" as="geometry" />
        </mxCell>
        <mxCell id="event-dot-tools" parent="1" style="ellipse;whiteSpace=wrap;html=1;aspect=fixed;fillColor=#2563eb;strokeColor=none;" value="" vertex="1">
          <mxGeometry height="14" width="14" x="439" y="628" as="geometry" />
        </mxCell>
        <mxCell id="event-dot-retry" parent="1" style="ellipse;whiteSpace=wrap;html=1;aspect=fixed;fillColor=#2563eb;strokeColor=none;" value="" vertex="1">
          <mxGeometry height="14" width="14" x="1216" y="526" as="geometry" />
        </mxCell>
        <mxCell id="event-dot-final" parent="1" style="ellipse;whiteSpace=wrap;html=1;aspect=fixed;fillColor=#2563eb;strokeColor=none;" value="" vertex="1">
          <mxGeometry height="14" width="14" x="1083" y="713" as="geometry" />
        </mxCell>
        <mxCell id="event-dot-approval-pause" parent="1" style="ellipse;whiteSpace=wrap;html=1;aspect=fixed;fillColor=#2563eb;strokeColor=none;" value="" vertex="1">
          <mxGeometry height="14" width="14" x="853" y="698" as="geometry" />
        </mxCell>
        <mxCell id="event-dot-stop" parent="1" style="ellipse;whiteSpace=wrap;html=1;aspect=fixed;fillColor=#2563eb;strokeColor=none;" value="" vertex="1">
          <mxGeometry height="14" width="14" x="1303" y="743" as="geometry" />
        </mxCell>
      </root>
    </mxGraphModel>
  </diagram>
</mxfile>
